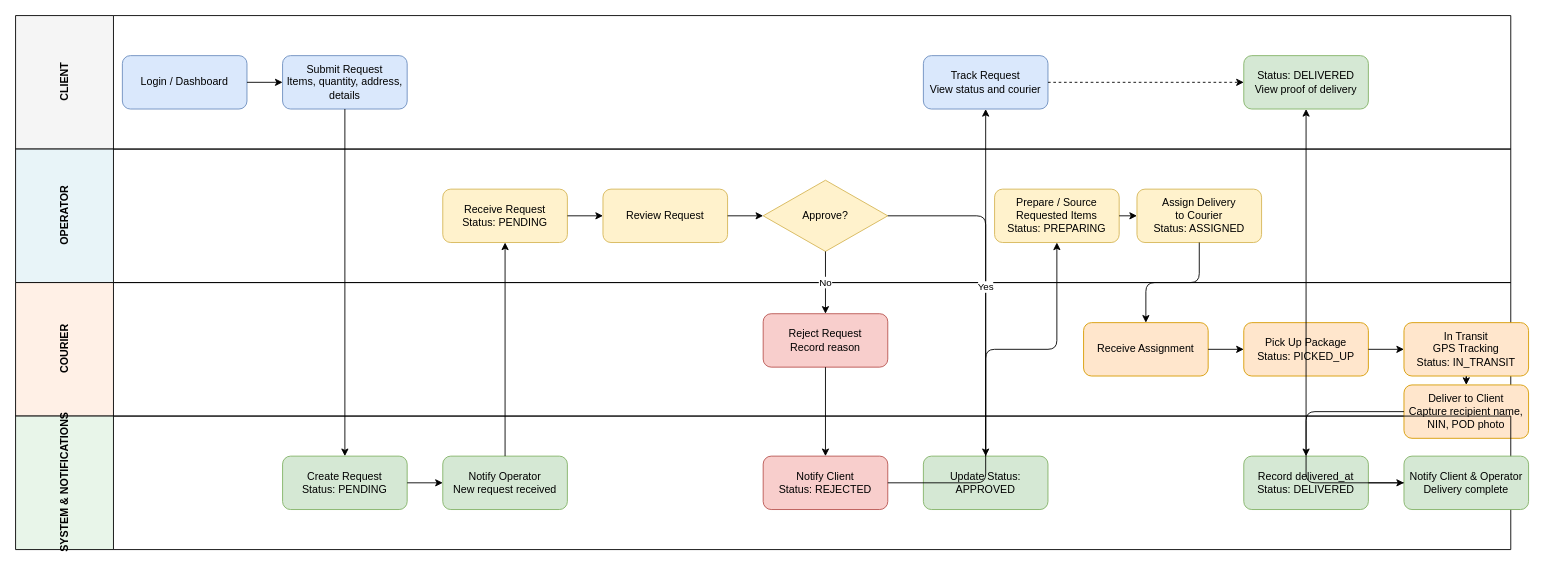
Before: ITSL courier system.drawio in beckhamz777/courier-system, a draw.io diagram. Source tidied: cells renumbered, new cells numbered last; positions are measured from the earlier drawing's top-left corner, leaving out a move shared by most shapes. Both pictures are drawn from the tidied source at 89%, with x=0, y=0 at pixel (15, 15).
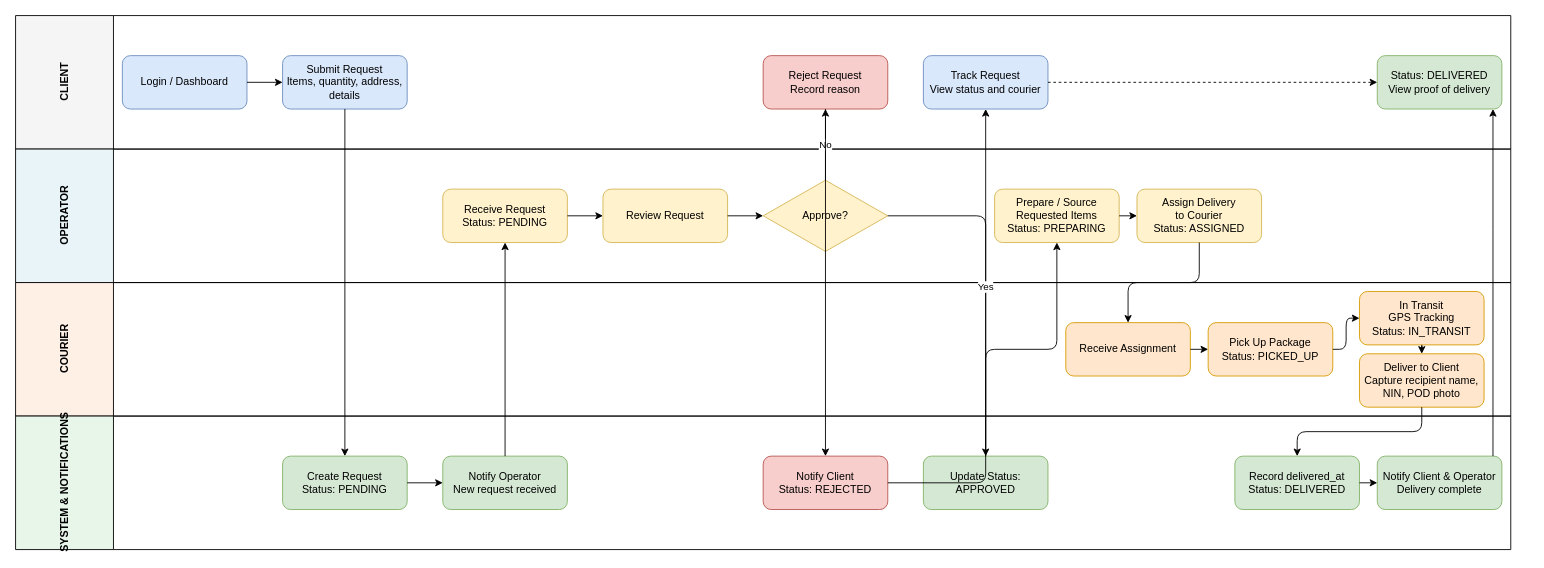
The same page after the edit.

Unchanged cells that the change refers to:
```xml
<mxCell id="2" value="CLIENT" style="swimlane;horizontal=0;startSize=110;fillColor=#f5f5f5;html=1;" parent="1" vertex="1">
  <mxGeometry width="1680" height="150" as="geometry" />
</mxCell>
<mxCell id="7" value="OPERATOR" style="swimlane;horizontal=0;startSize=110;fillColor=#e8f4f8;html=1;" parent="1" vertex="1">
  <mxGeometry y="150" width="1680" height="150" as="geometry" />
</mxCell>
<mxCell id="14" value="COURIER" style="swimlane;horizontal=0;startSize=110;fillColor=#fff0e6;html=1;" parent="1" vertex="1">
  <mxGeometry y="300" width="1680" height="150" as="geometry" />
</mxCell>
<mxCell id="19" value="SYSTEM &amp; NOTIFICATIONS" style="swimlane;horizontal=0;startSize=110;fillColor=#e8f5e9;html=1;" parent="1" vertex="1">
  <mxGeometry y="450" width="1680" height="150" as="geometry" />
</mxCell>
```

What changed in the source:
```diff
@@
     <mxCell id="6" value="Status: DELIVERED&lt;br&gt;View proof of delivery" style="rounded=1;whiteSpace=wrap;html=1;fillColor=#d5e8d4;strokeColor=#82b366;" parent="2" vertex="1">
-      <mxGeometry x="1380" y="45" width="140" height="60" as="geometry" />
+      <mxGeometry x="1530" y="45" width="140" height="60" as="geometry" />
     </mxCell>
+    <mxCell id="13" value="Reject Request&lt;br&gt;Record reason" style="rounded=1;whiteSpace=wrap;html=1;fillColor=#f8cecc;strokeColor=#b85450;" parent="2" vertex="1">
+      <mxGeometry x="840" y="45" width="140" height="60" as="geometry" />
+    </mxCell>
@@
-    <mxCell id="13" value="Reject Request&lt;br&gt;Record reason" style="rounded=1;whiteSpace=wrap;html=1;fillColor=#f8cecc;strokeColor=#b85450;" parent="7" vertex="1">
-      <mxGeometry x="840" y="185" width="140" height="60" as="geometry" />
-    </mxCell>
@@
     <mxCell id="15" value="Receive Assignment" style="rounded=1;whiteSpace=wrap;html=1;fillColor=#ffe6cc;strokeColor=#d79b00;" parent="14" vertex="1">
-      <mxGeometry x="1200" y="45" width="140" height="60" as="geometry" />
+      <mxGeometry x="1180" y="45" width="140" height="60" as="geometry" />
     </mxCell>
     <mxCell id="16" value="Pick Up Package&lt;br&gt;Status: PICKED_UP" style="rounded=1;whiteSpace=wrap;html=1;fillColor=#ffe6cc;strokeColor=#d79b00;" parent="14" vertex="1">
-      <mxGeometry x="1380" y="45" width="140" height="60" as="geometry" />
+      <mxGeometry x="1340" y="45" width="140" height="60" as="geometry" />
     </mxCell>
     <mxCell id="17" value="In Transit&lt;br&gt;GPS Tracking&lt;br&gt;Status: IN_TRANSIT" style="rounded=1;whiteSpace=wrap;html=1;fillColor=#ffe6cc;strokeColor=#d79b00;" parent="14" vertex="1">
-      <mxGeometry x="1560" y="45" width="140" height="60" as="geometry" />
+      <mxGeometry x="1510" y="10" width="140" height="60" as="geometry" />
     </mxCell>
     <mxCell id="18" value="Deliver to Client&lt;br&gt;Capture recipient name, NIN, POD photo" style="rounded=1;whiteSpace=wrap;html=1;fillColor=#ffe6cc;strokeColor=#d79b00;" parent="14" vertex="1">
-      <mxGeometry x="1560" y="115" width="140" height="60" as="geometry" />
+      <mxGeometry x="1510" y="80" width="140" height="60" as="geometry" />
     </mxCell>
@@
     <mxCell id="24" value="Record delivered_at&lt;br&gt;Status: DELIVERED" style="rounded=1;whiteSpace=wrap;html=1;fillColor=#d5e8d4;strokeColor=#82b366;" parent="19" vertex="1">
-      <mxGeometry x="1380" y="45" width="140" height="60" as="geometry" />
+      <mxGeometry x="1370" y="45" width="140" height="60" as="geometry" />
     </mxCell>
     <mxCell id="25" value="Notify Client &amp; Operator&lt;br&gt;Delivery complete" style="rounded=1;whiteSpace=wrap;html=1;fillColor=#d5e8d4;strokeColor=#82b366;" parent="19" vertex="1">
-      <mxGeometry x="1560" y="45" width="140" height="60" as="geometry" />
+      <mxGeometry x="1530" y="45" width="140" height="60" as="geometry" />
     </mxCell>
@@
     <mxCell id="44" style="edgeStyle=orthogonalEdgeStyle;rounded=1;html=1;endArrow=classic;" parent="1" edge="1" source="25" target="6">
-      <mxGeometry relative="1" as="geometry" />
+      <mxGeometry relative="1" as="geometry">
+        <Array as="points">
+          <mxPoint x="1660" y="250" />
+          <mxPoint x="1660" y="250" />
+        </Array>
+      </mxGeometry>
     </mxCell>
```
